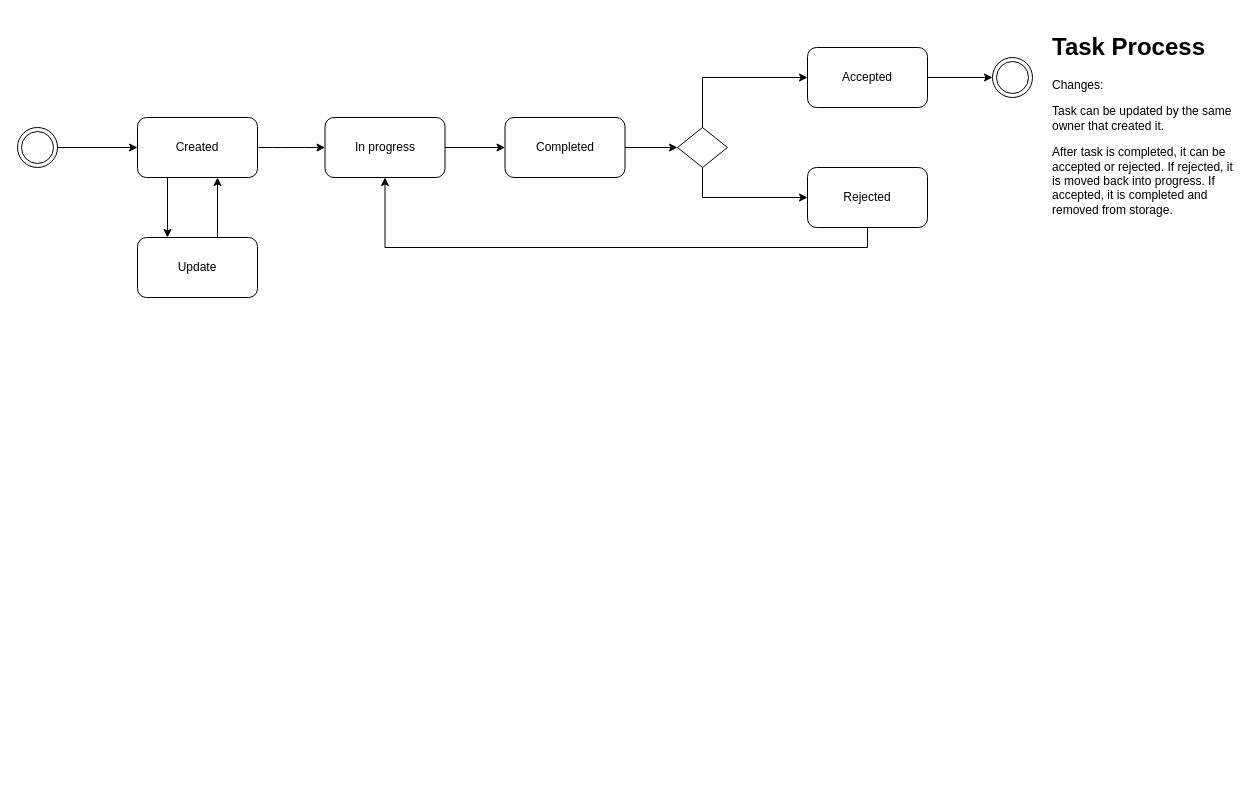
Above: designs/architecture/ProcessDesign.drawio in UniversalDot/documents (draw.io), before the change. Source tidied: cells renumbered, new cells numbered last; positions are measured from the earlier drawing's top-left corner, leaving out a move shared by most shapes. Both pictures are drawn from the tidied source at 100%, with x=0, y=0 at pixel (17, 27).
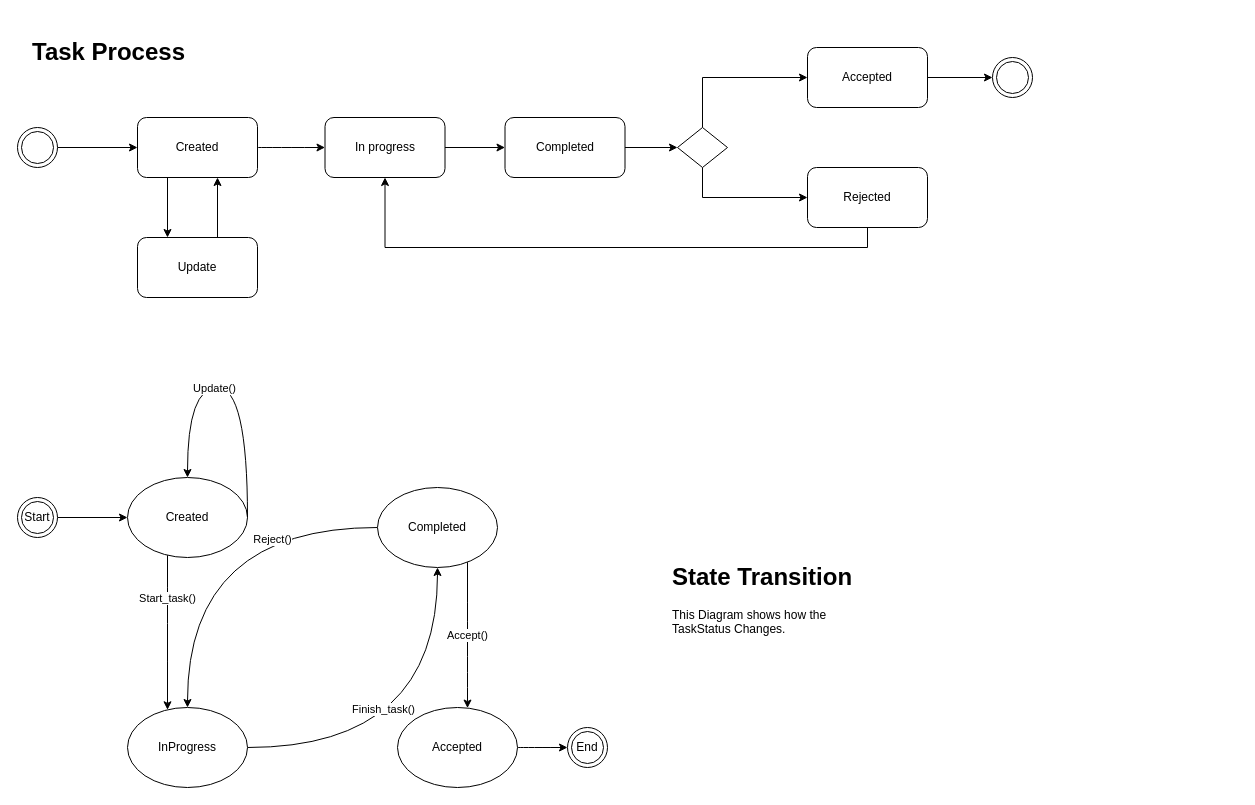
The same diagram, later.

Diff of the diagram source:
```diff
@@
-    <mxCell id="21" value="&lt;h1&gt;Task Process&lt;/h1&gt;&lt;p&gt;Changes:&amp;nbsp;&lt;/p&gt;&lt;p&gt;Task can be updated by the same owner that created it.&lt;/p&gt;&lt;p&gt;After task is completed, it can be accepted or rejected. If rejected, it is moved back into progress. If accepted, it is completed and removed from storage.&lt;/p&gt;&lt;p&gt;&lt;br&gt;&lt;/p&gt;" style="text;html=1;strokeColor=none;fillColor=none;spacing=5;spacingTop=-20;whiteSpace=wrap;overflow=hidden;rounded=0;" parent="1" vertex="1">
-      <mxGeometry x="1030" width="190" height="230" as="geometry" />
+    <mxCell id="21" value="&lt;h1&gt;Task Process&lt;/h1&gt;&lt;p&gt;&lt;br&gt;&lt;/p&gt;&lt;p&gt;&lt;br&gt;&lt;/p&gt;" style="text;html=1;strokeColor=none;fillColor=none;spacing=5;spacingTop=-20;whiteSpace=wrap;overflow=hidden;rounded=0;" parent="1" vertex="1">
+      <mxGeometry x="10" y="5" width="190" height="90" as="geometry" />
     </mxCell>
+    <mxCell id="22" value="&lt;h1&gt;State Transition&lt;/h1&gt;&lt;p&gt;This Diagram shows how the TaskStatus Changes.&lt;/p&gt;&lt;p&gt;&lt;br&gt;&lt;/p&gt;" style="text;html=1;strokeColor=none;fillColor=none;spacing=5;spacingTop=-20;whiteSpace=wrap;overflow=hidden;rounded=0;" parent="1" vertex="1">
+      <mxGeometry x="650" y="530" width="190" height="120" as="geometry" />
+    </mxCell>
+    <mxCell id="23" value="Start_task()" style="edgeStyle=orthogonalEdgeStyle;curved=1;jettySize=auto;html=1;" parent="1" edge="1" source="24" target="29">
+      <mxGeometry x="-0.45" relative="1" as="geometry">
+        <Array as="points">
+          <mxPoint x="150" y="590" />
+          <mxPoint x="150" y="590" />
+        </Array>
+      </mxGeometry>
+    </mxCell>
+    <mxCell id="24" value="Created" style="ellipse;whiteSpace=wrap;html=1;" parent="1" vertex="1">
+      <mxGeometry x="110" y="450" width="120" height="80" as="geometry" />
+    </mxCell>
+    <mxCell id="25" style="edgeStyle=orthogonalEdgeStyle;rounded=0;jettySize=auto;html=1;entryX=0;entryY=0.5;entryDx=0;entryDy=0;" parent="1" edge="1" source="26" target="24">
+      <mxGeometry relative="1" as="geometry" />
+    </mxCell>
+    <mxCell id="26" value="Start" style="ellipse;shape=doubleEllipse;whiteSpace=wrap;html=1;" parent="1" vertex="1">
+      <mxGeometry y="470" width="40" height="40" as="geometry" />
+    </mxCell>
+    <mxCell id="27" style="edgeStyle=orthogonalEdgeStyle;curved=1;jettySize=auto;html=1;entryX=0.5;entryY=1;entryDx=0;entryDy=0;" parent="1" edge="1" source="29" target="35">
+      <mxGeometry relative="1" as="geometry" />
+    </mxCell>
+    <mxCell id="28" value="Finish_task()" style="edgeLabel;html=1;align=center;verticalAlign=middle;" parent="27" vertex="1">
+      <mxGeometry x="-0.27" y="39" relative="1" as="geometry" />
+    </mxCell>
+    <mxCell id="29" value="InProgress" style="ellipse;whiteSpace=wrap;html=1;" parent="1" vertex="1">
+      <mxGeometry x="110" y="680" width="120" height="80" as="geometry" />
+    </mxCell>
+    <mxCell id="30" style="edgeStyle=orthogonalEdgeStyle;curved=1;jettySize=auto;html=1;" parent="1" edge="1" source="31" target="38">
+      <mxGeometry relative="1" as="geometry" />
+    </mxCell>
+    <mxCell id="31" value="Accepted" style="ellipse;whiteSpace=wrap;html=1;" parent="1" vertex="1">
+      <mxGeometry x="380" y="680" width="120" height="80" as="geometry" />
+    </mxCell>
+    <mxCell id="32" value="Accept()" style="edgeStyle=orthogonalEdgeStyle;curved=1;jettySize=auto;html=1;" parent="1" edge="1" source="35" target="31">
+      <mxGeometry relative="1" as="geometry">
+        <Array as="points">
+          <mxPoint x="450" y="620" />
+          <mxPoint x="450" y="620" />
+        </Array>
+      </mxGeometry>
+    </mxCell>
+    <mxCell id="33" style="edgeStyle=orthogonalEdgeStyle;curved=1;jettySize=auto;html=1;exitX=0;exitY=0.5;exitDx=0;exitDy=0;entryX=0.5;entryY=0;entryDx=0;entryDy=0;" parent="1" edge="1" source="35" target="29">
+      <mxGeometry relative="1" as="geometry" />
+    </mxCell>
+    <mxCell id="34" value="Reject()" style="edgeLabel;html=1;align=center;verticalAlign=middle;" parent="33" vertex="1">
+      <mxGeometry x="-0.43" y="11" relative="1" as="geometry">
+        <mxPoint x="-1" as="offset" />
+      </mxGeometry>
+    </mxCell>
+    <mxCell id="35" value="Completed" style="ellipse;whiteSpace=wrap;html=1;" parent="1" vertex="1">
+      <mxGeometry x="360" y="460" width="120" height="80" as="geometry" />
+    </mxCell>
+    <mxCell id="36" style="edgeStyle=orthogonalEdgeStyle;curved=1;orthogonalLoop=1;jettySize=auto;html=1;entryX=0.5;entryY=0;entryDx=0;entryDy=0;exitX=1;exitY=0.5;exitDx=0;exitDy=0;" parent="1" edge="1" source="24" target="24">
+      <mxGeometry relative="1" as="geometry">
+        <Array as="points">
+          <mxPoint x="230" y="360" />
+          <mxPoint x="170" y="360" />
+        </Array>
+      </mxGeometry>
+    </mxCell>
+    <mxCell id="37" value="Update()" style="edgeLabel;html=1;align=center;verticalAlign=middle;" parent="36" vertex="1">
+      <mxGeometry x="0.17" relative="1" as="geometry" />
+    </mxCell>
+    <mxCell id="38" value="End" style="ellipse;shape=doubleEllipse;whiteSpace=wrap;html=1;" parent="1" vertex="1">
+      <mxGeometry x="550" y="700" width="40" height="40" as="geometry" />
+    </mxCell>
+    <mxCell id="39" style="edgeStyle=orthogonalEdgeStyle;curved=1;orthogonalLoop=1;jettySize=auto;html=1;exitX=0.5;exitY=1;exitDx=0;exitDy=0;" parent="1" edge="1" source="21" target="21">
+      <mxGeometry relative="1" as="geometry" />
+    </mxCell>
```
